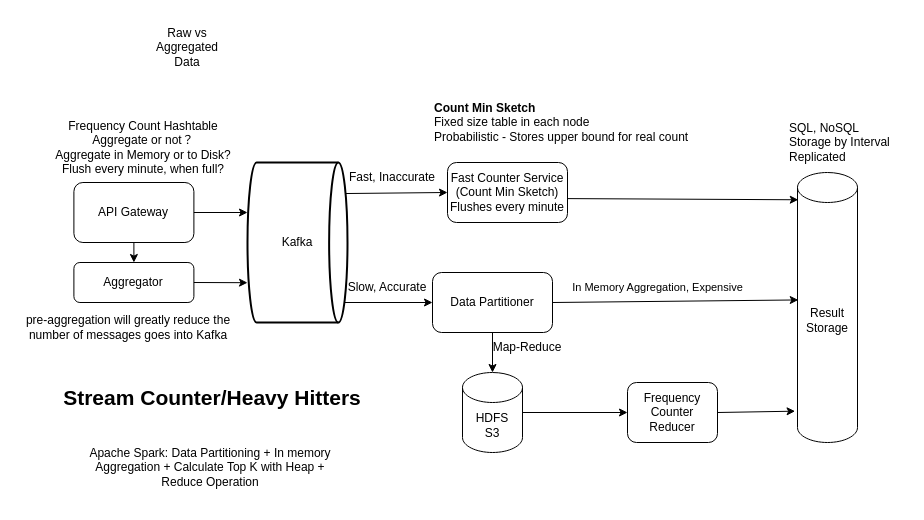
xwq172677170/SysdDiagram keeps this draw.io diagram as 4_TopK.drawio. Above is the earlier version. Source tidied: cells renumbered, new cells numbered last; positions are measured from the earlier drawing's top-left corner, leaving out a move shared by most shapes. Both pictures are drawn from the tidied source at 100%, with x=0, y=0 at pixel (17, 32).
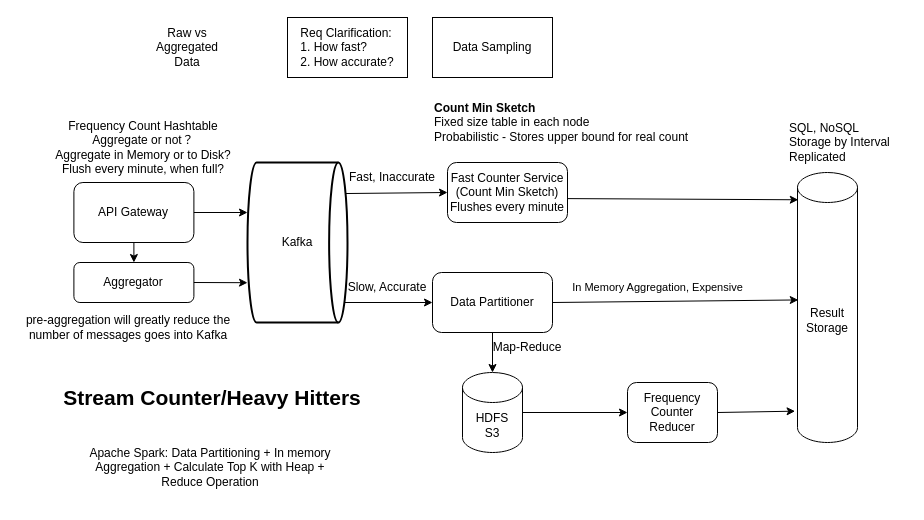
Above is the later version.

The edit, as a diff of the source:
```diff
@@
+    <mxCell id="31" value="&lt;div style=&quot;text-align: left;&quot;&gt;&lt;span style=&quot;background-color: initial;&quot;&gt;Req Clarification:&lt;/span&gt;&lt;/div&gt;&lt;div style=&quot;text-align: left;&quot;&gt;&lt;span style=&quot;background-color: initial;&quot;&gt;1. How fast?&lt;/span&gt;&lt;/div&gt;&lt;div style=&quot;text-align: left;&quot;&gt;&lt;span style=&quot;background-color: initial;&quot;&gt;2. How accurate?&lt;/span&gt;&lt;/div&gt;" style="rounded=0;whiteSpace=wrap;html=1;" parent="1" vertex="1">
+      <mxGeometry x="270" y="-15" width="120" height="60" as="geometry" />
+    </mxCell>
+    <mxCell id="32" value="Data Sampling" style="rounded=0;whiteSpace=wrap;html=1;" parent="1" vertex="1">
+      <mxGeometry x="415" y="-15" width="120" height="60" as="geometry" />
+    </mxCell>
```
